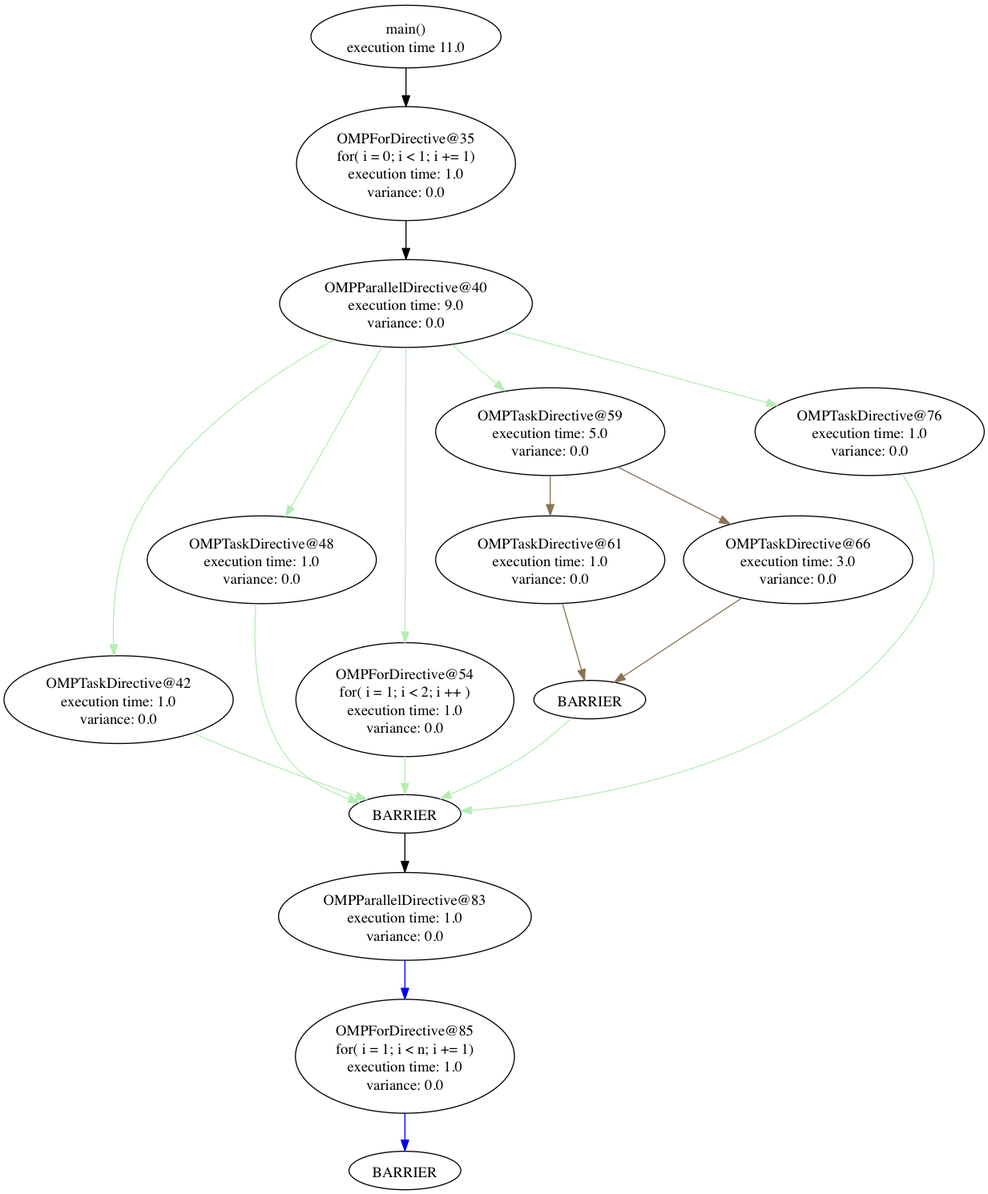
The Graphviz diagram graph_sched/graphs/main_flow.png in filippobrizzi/soma, before a commit. Its source is kept beside it as graph_sched/graphs/main_flow.dot.
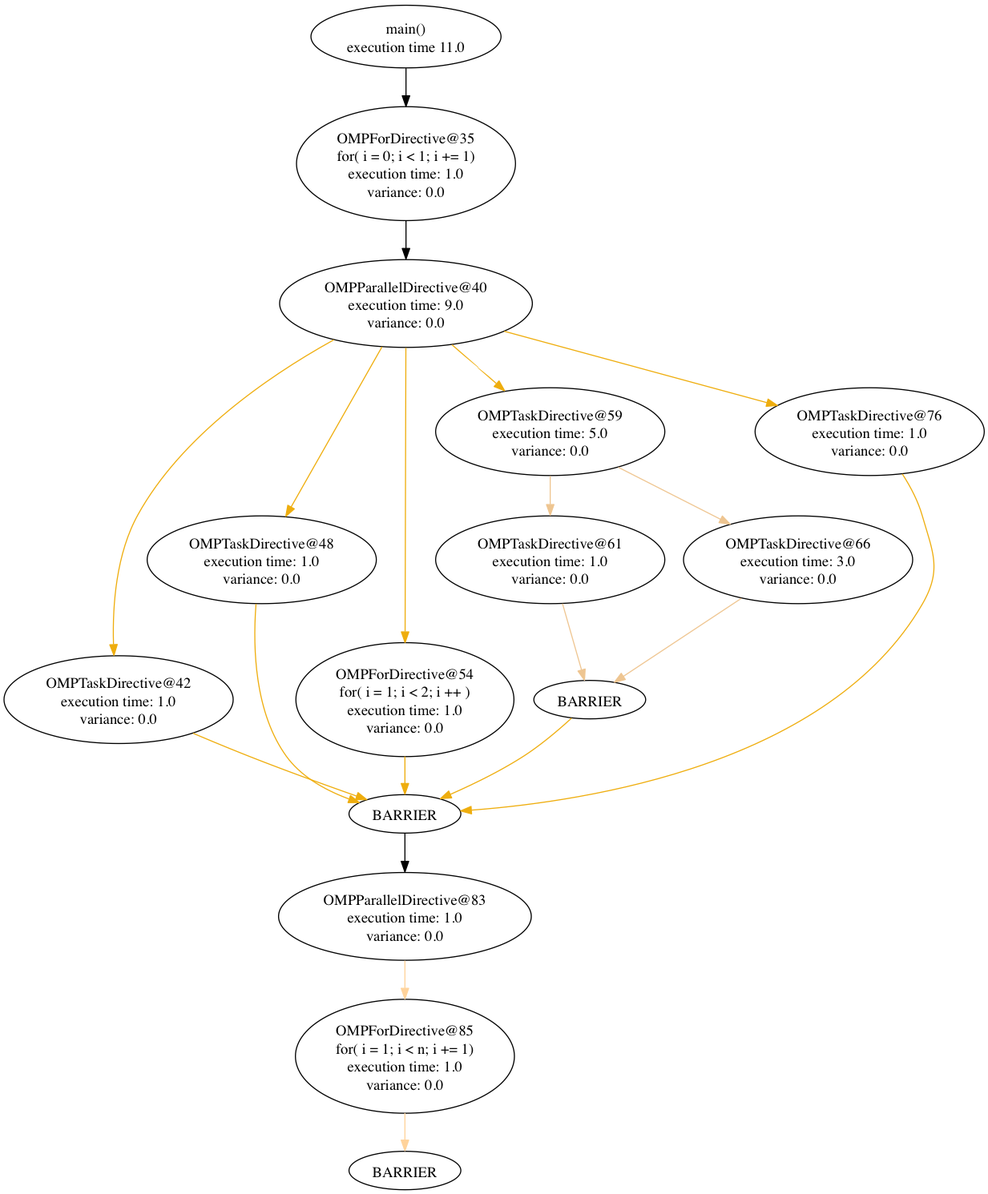
Above is the later version.

Commit message:
added generator and all functions for flow creator

Change to the diagram source:
```diff
@@ -23,42 +23,42 @@
 		pos="107,459",
 		root=28,
 		width=2.9745];
-	40 -> 42	 [color=darkseagreen2,
+	40 -> 42	 [color=darkgoldenrod2,
 		pos="e,102.66,500.53 308.44,795.98 249.25,763.15 166.39,706.91 125,632 104.58,595.05 101.16,546.79 102.23,510.8"];
 	48	 [height=1.1471,
 		label="OMPTaskDirective@48\nexecution time: 1.0\nvariance: 0.0",
 		pos="241,590",
 		root=28,
 		width=2.9745];
-	40 -> 48	 [color=darkseagreen2,
+	40 -> 48	 [color=darkgoldenrod2,
 		pos="e,263.5,630.66 353.56,789.43 330.2,748.25 293.59,683.72 268.51,639.5"];
 	54	 [height=1.4771,
 		label="OMPForDirective@54\nfor( i = 1; i < 2; i ++ )\nexecution time: 1.0\nvariance: 0.0",
 		pos="375,459",
 		root=28,
 		width=2.8384];
-	40 -> 54	 [color=darkseagreen2,
+	40 -> 54	 [color=darkgoldenrod2,
 		pos="e,375.14,512.46 375.89,788.46 375.72,724.26 375.38,598.75 375.17,522.83"];
 	59	 [height=1.1471,
 		label="OMPTaskDirective@59\nexecution time: 5.0\nvariance: 0.0",
 		pos="511,710",
 		root=28,
 		width=2.9745];
-	40 -> 59	 [color=darkseagreen2,
+	40 -> 59	 [color=darkgoldenrod2,
 		pos="e,468.32,748.3 419.09,791.34 432.25,779.84 446.83,767.09 460.44,755.19"];
 	76	 [height=1.1471,
 		label="OMPTaskDirective@76\nexecution time: 1.0\nvariance: 0.0",
 		pos="810,710",
 		root=28,
 		width=2.9745];
-	40 -> 76	 [color=darkseagreen2,
+	40 -> 76	 [color=darkgoldenrod2,
 		pos="e,723.63,734.48 468.04,803.98 540.31,784.33 640.64,757.05 713.93,737.12"];
 	"40_end"	 [height=0.5,
 		label=BARRIER,
 		pos="375,352",
 		root=28,
 		width=1.4568];
-	42 -> "40_end"	 [color=darkseagreen2,
+	42 -> "40_end"	 [color=darkgoldenrod2,
 		pos="e,339.39,365.31 176.73,427.5 193.75,420.27 211.97,412.71 229,406 262.58,392.76 300.97,378.87 329.95,368.64"];
 	83	 [height=1.1471,
 		label="OMPParallelDirective@83\nexecution time: 1.0\nvariance: 0.0",
@@ -66,36 +66,36 @@
 		root=28,
 		width=3.2896];
 	"40_end" -> 83	 [pos="e,375,297.55 375,333.76 375,326.29 375,317.11 375,307.73"];
-	48 -> "40_end"	 [color=darkseagreen2,
+	48 -> "40_end"	 [color=darkgoldenrod2,
 		pos="e,332.33,362.61 235.63,548.62 232.53,508.64 234.02,447.54 264,406 278.04,386.55 301.12,373.97 322.61,365.97"];
-	54 -> "40_end"	 [color=darkseagreen2,
+	54 -> "40_end"	 [color=darkgoldenrod2,
 		pos="e,375,370.46 375,405.81 375,397.13 375,388.44 375,380.69"];
 	61	 [height=1.1471,
 		label="OMPTaskDirective@61\nexecution time: 1.0\nvariance: 0.0",
 		pos="511,590",
 		root=28,
 		width=2.9745];
-	59 -> 61	 [color=burlywood4,
+	59 -> 61	 [color=burlywood2,
 		pos="e,511,631.68 511,668.39 511,659.86 511,650.76 511,641.91"];
 	66	 [height=1.1471,
 		label="OMPTaskDirective@66\nexecution time: 3.0\nvariance: 0.0",
 		pos="743,590",
 		root=28,
 		width=2.9745];
-	59 -> 66	 [color=burlywood4,
+	59 -> 66	 [color=burlywood2,
 		pos="e,679.44,623.33 574.7,676.6 604.37,661.51 639.81,643.48 670.5,627.87"];
 	"59_end"	 [height=0.5,
 		label=BARRIER,
 		pos="548,459",
 		root=28,
 		width=1.4568];
-	61 -> "59_end"	 [color=burlywood4,
+	61 -> "59_end"	 [color=burlywood2,
 		pos="e,543.09,477.12 522.5,548.89 528.29,528.74 535.14,504.85 540.28,486.92"];
-	"59_end" -> "40_end"	 [color=darkseagreen2,
+	"59_end" -> "40_end"	 [color=darkgoldenrod2,
 		pos="e,408.21,366.24 531.02,441.73 519.05,430.78 502.3,416.49 486,406 464.51,392.17 438.85,379.69 417.62,370.32"];
-	66 -> "59_end"	 [color=burlywood4,
+	66 -> "59_end"	 [color=burlywood2,
 		pos="e,571.04,475.24 689.97,553.92 654.56,530.49 609.18,500.48 579.39,480.76"];
-	76 -> "40_end"	 [color=darkseagreen2,
+	76 -> "40_end"	 [color=darkgoldenrod2,
 		pos="e,427.17,354.8 840.57,670.34 848.09,658.67 855.1,645.39 859,632 869.44,596.16 877.78,580.27 859,548 772.36,399.15 547.47,363.84 \
 437.45,355.52"];
 	85	 [height=1.4771,
@@ -103,13 +103,13 @@
 		pos="375,125",
 		root=28,
 		width=2.8425];
-	83 -> 85	 [color=blue2,
+	83 -> 85	 [color=burlywood1,
 		pos="e,375,178.64 375,214.54 375,206.36 375,197.58 375,188.84"];
 	"83_end"	 [height=0.5,
 		label=BARRIER,
 		pos="375,18",
 		root=28,
 		width=1.4568];
-	85 -> "83_end"	 [color=blue2,
+	85 -> "83_end"	 [color=burlywood1,
 		pos="e,375,36.46 375,71.808 375,63.132 375,54.445 375,46.694"];
 }
```
